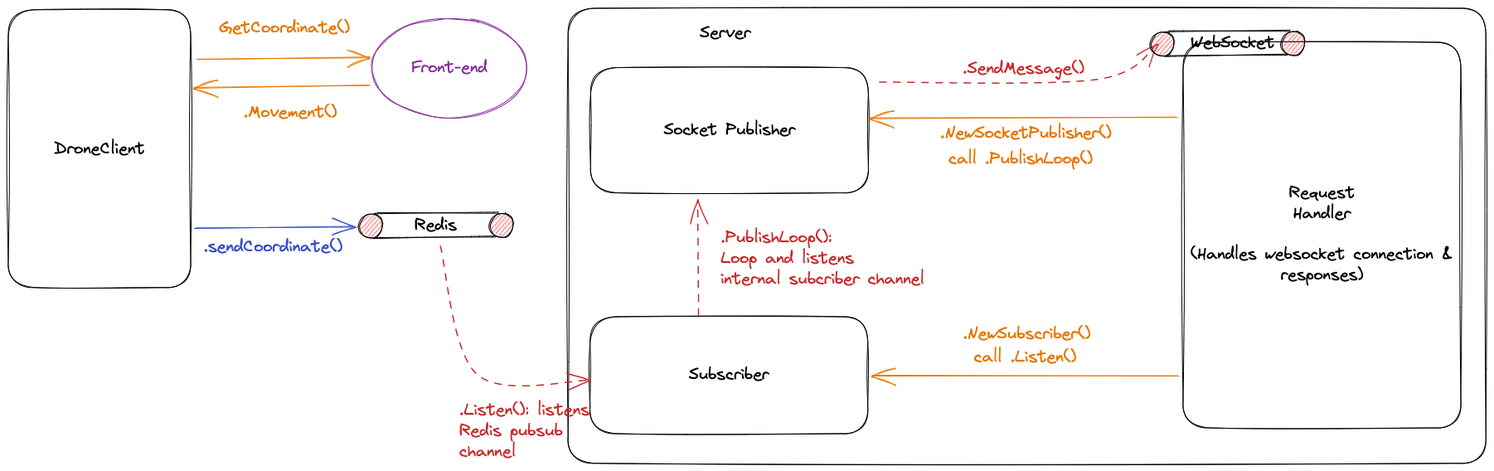
Earlier version of the Excalidraw export doc/images/architecture.excalidraw.png (jasonkwh/droneshield-test). Source tidied: one line per element, renumbered; positions are measured from the earlier drawing's top-left corner, leaving out a move shared by most shapes.
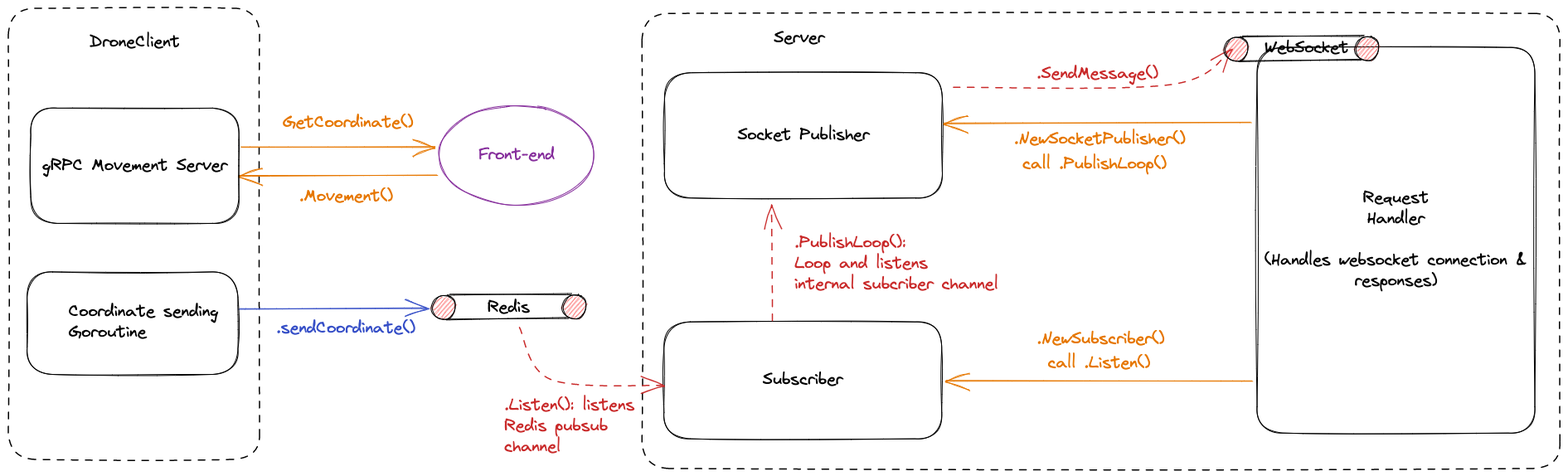
Later version of the same file.

Commit message:
update architecture diagram

The edit, as a diff of the source:
```diff
@@ -1,25 +1,24 @@
-{"id": 0, "type": "rectangle", "strokeColor": "#000000", "strokeWidth": 1, "roughness": 1, "round": true, "x": 0, "y": 2, "width": 220, "height": 335}
+{"id": 0, "type": "rectangle", "strokeColor": "#000000", "strokeWidth": 1, "strokeStyle": "dashed", "roughness": 1, "round": true, "x": -89, "y": -6, "width": 303, "height": 544}
-{"id": 1, "type": "text", "text": "DroneClient", "strokeColor": "#000000", "strokeWidth": 1, "roughness": 1, "fontSize": 20, "fontFamily": 1, "textAlign": "center", "verticalAlign": "middle", "inside": 0, "x": 55, "y": 157, "width": 110, "height": 25}
-{"id": 2, "type": "rectangle", "strokeColor": "#000000", "strokeWidth": 1, "roughness": 1, "round": true, "x": 675, "y": 0, "width": 1107, "height": 549}
+{"id": 2, "type": "rectangle", "strokeColor": "#000000", "strokeWidth": 1, "strokeStyle": "dashed", "roughness": 1, "round": true, "x": 675, "y": 0, "width": 1107, "height": 549}
 {"id": 3, "type": "rectangle", "strokeColor": "#000000", "strokeWidth": 1, "roughness": 1, "round": true, "x": 702, "y": 372, "width": 335, "height": 141}
 {"id": 4, "type": "text", "text": "Subscriber", "strokeColor": "#000000", "strokeWidth": 1, "roughness": 1, "fontSize": 19.89, "fontFamily": 1, "textAlign": "center", "verticalAlign": "middle", "inside": 3, "x": 821, "y": 430, "width": 97, "height": 25}
-{"id": 5, "type": "arrow", "strokeColor": "#364fc7", "strokeWidth": 1, "roughness": 1, "endArrowhead": "arrow", "round": true, "from": 6, "to": 15, "x": 225, "y": 265, "width": 192, "height": 1, "points": [[0, 0], [192, -1]]}
+{"id": 5, "type": "arrow", "strokeColor": "#364fc7", "strokeWidth": 1, "roughness": 1, "endArrowhead": "arrow", "round": true, "from": 42, "to": 15, "x": 189, "y": 356, "width": 227, "height": 0, "points": [[0, 0], [227, 0]]}
-{"id": 6, "type": "text", "text": ".sendCoordinate()", "strokeColor": "#364fc7", "strokeWidth": 1, "roughness": 1, "fontSize": 20, "fontFamily": 1, "x": 236, "y": 275, "width": 167, "height": 25}
+{"id": 6, "type": "text", "text": ".sendCoordinate()", "strokeColor": "#364fc7", "strokeWidth": 1, "roughness": 1, "fontSize": 20, "fontFamily": 1, "x": 234, "y": 367, "width": 167, "height": 25}
 {"id": 7, "type": "text", "text": "call .PublishLoop()", "strokeColor": "#e67700", "strokeWidth": 1, "roughness": 1, "fontSize": 20, "fontFamily": 1, "x": 1134, "y": 169, "width": 174, "height": 25}
 {"id": 8, "type": "text", "text": "call .Listen()", "strokeColor": "#e67700", "strokeWidth": 1, "roughness": 1, "fontSize": 20, "fontFamily": 1, "x": 1165, "y": 408, "width": 123, "height": 25}
-{"id": 9, "type": "arrow", "strokeColor": "#e67700", "strokeWidth": 1, "roughness": 1, "endArrowhead": "arrow", "round": true, "from": 13, "to": 0, "x": 436, "y": 92, "width": 213, "height": 4, "points": [[0, 0], [-213, 4]]}
+{"id": 9, "type": "arrow", "strokeColor": "#e67700", "strokeWidth": 1, "roughness": 1, "endArrowhead": "arrow", "round": true, "from": 13, "x": 429, "y": 194, "width": 241, "height": 2, "points": [[0, 0], [-241, 2]]}
 {"id": 10, "type": "text", "text": ".NewSubscriber()", "strokeColor": "#e67700", "strokeWidth": 1, "roughness": 1, "fontSize": 20, "fontFamily": 1, "x": 1151, "y": 380, "width": 154, "height": 25}
 {"id": 11, "type": "text", "text": ".SendMessage()", "strokeColor": "#c92a2a", "strokeWidth": 1, "roughness": 1, "fontSize": 20, "fontFamily": 1, "x": 1151, "y": 60, "width": 147, "height": 25}
-{"id": 12, "type": "text", "text": ".Movement()", "strokeColor": "#e67700", "strokeWidth": 1, "roughness": 1, "fontSize": 20, "fontFamily": 1, "x": 284, "y": 113, "width": 113, "height": 25}
+{"id": 12, "type": "text", "text": ".Movement()", "strokeColor": "#e67700", "strokeWidth": 1, "roughness": 1, "fontSize": 20, "fontFamily": 1, "x": 262, "y": 208, "width": 113, "height": 25}
-{"id": 13, "type": "ellipse", "strokeColor": "#862e9c", "strokeWidth": 1, "roughness": 1, "round": true, "x": 438, "y": 12, "width": 188, "height": 120}
+{"id": 13, "type": "ellipse", "strokeColor": "#862e9c", "strokeWidth": 1, "roughness": 1, "round": true, "x": 430, "y": 111, "width": 188, "height": 120}
-{"id": 14, "type": "text", "text": "Front-end", "strokeColor": "#862e9c", "strokeWidth": 1, "roughness": 1, "fontSize": 20, "fontFamily": 1, "textAlign": "center", "verticalAlign": "middle", "inside": 13, "x": 486, "y": 59, "width": 92, "height": 25}
+{"id": 14, "type": "text", "text": "Front-end", "strokeColor": "#862e9c", "strokeWidth": 1, "roughness": 1, "fontSize": 20, "fontFamily": 1, "textAlign": "center", "verticalAlign": "middle", "inside": 13, "x": 478, "y": 158, "width": 92, "height": 25}
-{"id": 15, "type": "ellipse", "strokeColor": "#000000", "backgroundColor": "#fa5252", "fillStyle": "hachure", "strokeWidth": 1, "roughness": 1, "round": true, "x": 423, "y": 248, "width": 29, "height": 30}
+{"id": 15, "type": "ellipse", "strokeColor": "#000000", "backgroundColor": "#fa5252", "fillStyle": "hachure", "strokeWidth": 1, "roughness": 1, "round": true, "x": 422, "y": 340, "width": 29, "height": 30}
-{"id": 16, "type": "line", "strokeColor": "#000000", "backgroundColor": "#fa5252", "fillStyle": "hachure", "strokeWidth": 1, "roughness": 1, "round": true, "x": 444, "y": 248, "width": 147, "height": 2, "points": [[0, 0], [147, -2]]}
+{"id": 16, "type": "line", "strokeColor": "#000000", "backgroundColor": "#fa5252", "fillStyle": "hachure", "strokeWidth": 1, "roughness": 1, "round": true, "x": 443, "y": 340, "width": 147, "height": 2, "points": [[0, 0], [147, -2]]}
-{"id": 17, "type": "line", "strokeColor": "#000000", "backgroundColor": "#fa5252", "fillStyle": "hachure", "strokeWidth": 1, "roughness": 1, "round": true, "x": 441, "y": 278, "width": 146, "height": 3, "points": [[0, 0], [146, -3]]}
+{"id": 17, "type": "line", "strokeColor": "#000000", "backgroundColor": "#fa5252", "fillStyle": "hachure", "strokeWidth": 1, "roughness": 1, "round": true, "x": 440, "y": 370, "width": 146, "height": 3, "points": [[0, 0], [146, -3]]}
-{"id": 18, "type": "ellipse", "strokeColor": "#000000", "backgroundColor": "#fa5252", "fillStyle": "hachure", "strokeWidth": 1, "roughness": 1, "round": true, "x": 581, "y": 247, "width": 29, "height": 30}
+{"id": 18, "type": "ellipse", "strokeColor": "#000000", "backgroundColor": "#fa5252", "fillStyle": "hachure", "strokeWidth": 1, "roughness": 1, "round": true, "x": 579, "y": 339, "width": 29, "height": 30}
-{"id": 19, "type": "text", "text": "Redis", "strokeColor": "#000000", "strokeWidth": 1, "roughness": 1, "fontSize": 20, "fontFamily": 1, "x": 490, "y": 249, "width": 51, "height": 25}
+{"id": 19, "type": "text", "text": "Redis", "strokeColor": "#000000", "strokeWidth": 1, "roughness": 1, "fontSize": 20, "fontFamily": 1, "x": 489, "y": 341, "width": 51, "height": 25}
 {"id": 20, "type": "text", "text": "Server", "strokeColor": "#000000", "strokeWidth": 1, "roughness": 1, "fontSize": 19.89, "fontFamily": 1, "x": 834, "y": 18, "width": 61, "height": 25}
-{"id": 21, "type": "arrow", "strokeColor": "#c92a2a", "strokeWidth": 1, "strokeStyle": "dashed", "roughness": 1, "endArrowhead": "arrow", "round": true, "from": 19, "x": 521, "y": 286, "width": 181, "height": 161, "points": [[0, 0], [44, 156], [181, 161]]}
+{"id": 21, "type": "arrow", "strokeColor": "#c92a2a", "strokeWidth": 1, "strokeStyle": "dashed", "roughness": 1, "endArrowhead": "arrow", "round": true, "from": 19, "x": 528, "y": 378, "width": 175, "height": 69, "points": [[0, 0], [38, 64], [175, 69]]}
 {"id": 22, "type": "rectangle", "strokeColor": "#000000", "strokeWidth": 1, "roughness": 1, "round": true, "x": 702, "y": 72, "width": 335, "height": 151}
 {"id": 23, "type": "text", "text": "Socket Publisher", "strokeColor": "#000000", "strokeWidth": 1, "roughness": 1, "fontSize": 19.89, "fontFamily": 1, "textAlign": "center", "verticalAlign": "middle", "inside": 22, "x": 790, "y": 135, "width": 159, "height": 25}
 {"id": 24, "type": "arrow", "strokeColor": "#c92a2a", "strokeWidth": 1, "strokeStyle": "dashed", "roughness": 1, "endArrowhead": "arrow", "round": true, "from": 3, "to": 22, "x": 832, "y": 369, "width": 1, "height": 139, "points": [[0, 0], [-1, -139]]}
@@ -35,6 +34,11 @@
 {"id": 34, "type": "ellipse", "strokeColor": "#000000", "backgroundColor": "#fa5252", "fillStyle": "hachure", "strokeWidth": 1, "roughness": 1, "round": true, "x": 1535, "y": 28, "width": 29, "height": 30}
 {"id": 35, "type": "text", "text": "WebSocket", "strokeColor": "#000000", "strokeWidth": 1, "strokeStyle": "dashed", "roughness": 1, "fontSize": 20, "fontFamily": 1, "x": 1426, "y": 29, "width": 101, "height": 25}
 {"id": 36, "type": "text", "text": ".PublishLoop():\nLoop and listens\ninternal subcriber channel", "strokeColor": "#c92a2a", "strokeWidth": 1, "roughness": 1, "fontSize": 20, "fontFamily": 1, "x": 859, "y": 264, "width": 246, "height": 75}
-{"id": 37, "type": "text", "text": ".Listen(): listens\nRedis pubsub \nchannel", "strokeColor": "#c92a2a", "strokeWidth": 1, "roughness": 1, "fontSize": 20, "fontFamily": 1, "x": 544, "y": 472, "width": 157, "height": 75}
+{"id": 37, "type": "text", "text": ".Listen(): listens\nRedis pubsub \nchannel", "strokeColor": "#c92a2a", "strokeWidth": 1, "roughness": 1, "fontSize": 20, "fontFamily": 1, "x": 509, "y": 460, "width": 157, "height": 75}
-{"id": 38, "type": "arrow", "strokeColor": "#e67700", "strokeWidth": 1, "roughness": 1, "endArrowhead": "arrow", "round": true, "from": 0, "to": 13, "x": 228, "y": 61, "width": 208, "height": 1, "points": [[0, 0], [208, -1]]}
+{"id": 38, "type": "arrow", "strokeColor": "#e67700", "strokeWidth": 1, "roughness": 1, "endArrowhead": "arrow", "round": true, "from": 40, "to": 13, "x": 192, "y": 160, "width": 233, "height": 1, "points": [[0, 0], [233, 1]]}
-{"id": 39, "type": "text", "text": "GetCoordinate()", "strokeColor": "#e67700", "strokeWidth": 1, "roughness": 1, "fontSize": 20, "fontFamily": 1, "x": 254, "y": 11, "width": 157, "height": 25}
+{"id": 39, "type": "text", "text": "GetCoordinate()", "strokeColor": "#e67700", "strokeWidth": 1, "roughness": 1, "fontSize": 20, "fontFamily": 1, "x": 242, "y": 118, "width": 157, "height": 25}
+{"id": 40, "type": "rectangle", "strokeColor": "#000000", "strokeWidth": 1, "roughness": 1, "round": true, "x": -62, "y": 114, "width": 251, "height": 139}
+{"id": 41, "type": "text", "text": "gRPC Movement Server", "strokeColor": "#000000", "strokeWidth": 1, "roughness": 1, "fontSize": 20, "fontFamily": 1, "textAlign": "center", "verticalAlign": "middle", "inside": 40, "x": -48, "y": 171, "width": 223, "height": 25}
+{"id": 42, "type": "rectangle", "strokeColor": "#000000", "strokeWidth": 1, "roughness": 1, "round": true, "x": -66, "y": 312, "width": 254, "height": 124}
+{"id": 43, "type": "text", "text": "Coordinate sending\nGoroutine", "strokeColor": "#000000", "strokeWidth": 1, "roughness": 1, "fontSize": 20, "fontFamily": 1, "x": -16, "y": 347, "width": 181, "height": 50}
+{"id": 1, "type": "text", "text": "DroneClient", "strokeColor": "#000000", "strokeWidth": 1, "roughness": 1, "fontSize": 19.89, "fontFamily": 1, "x": 9, "y": 23, "width": 109, "height": 25}
```
